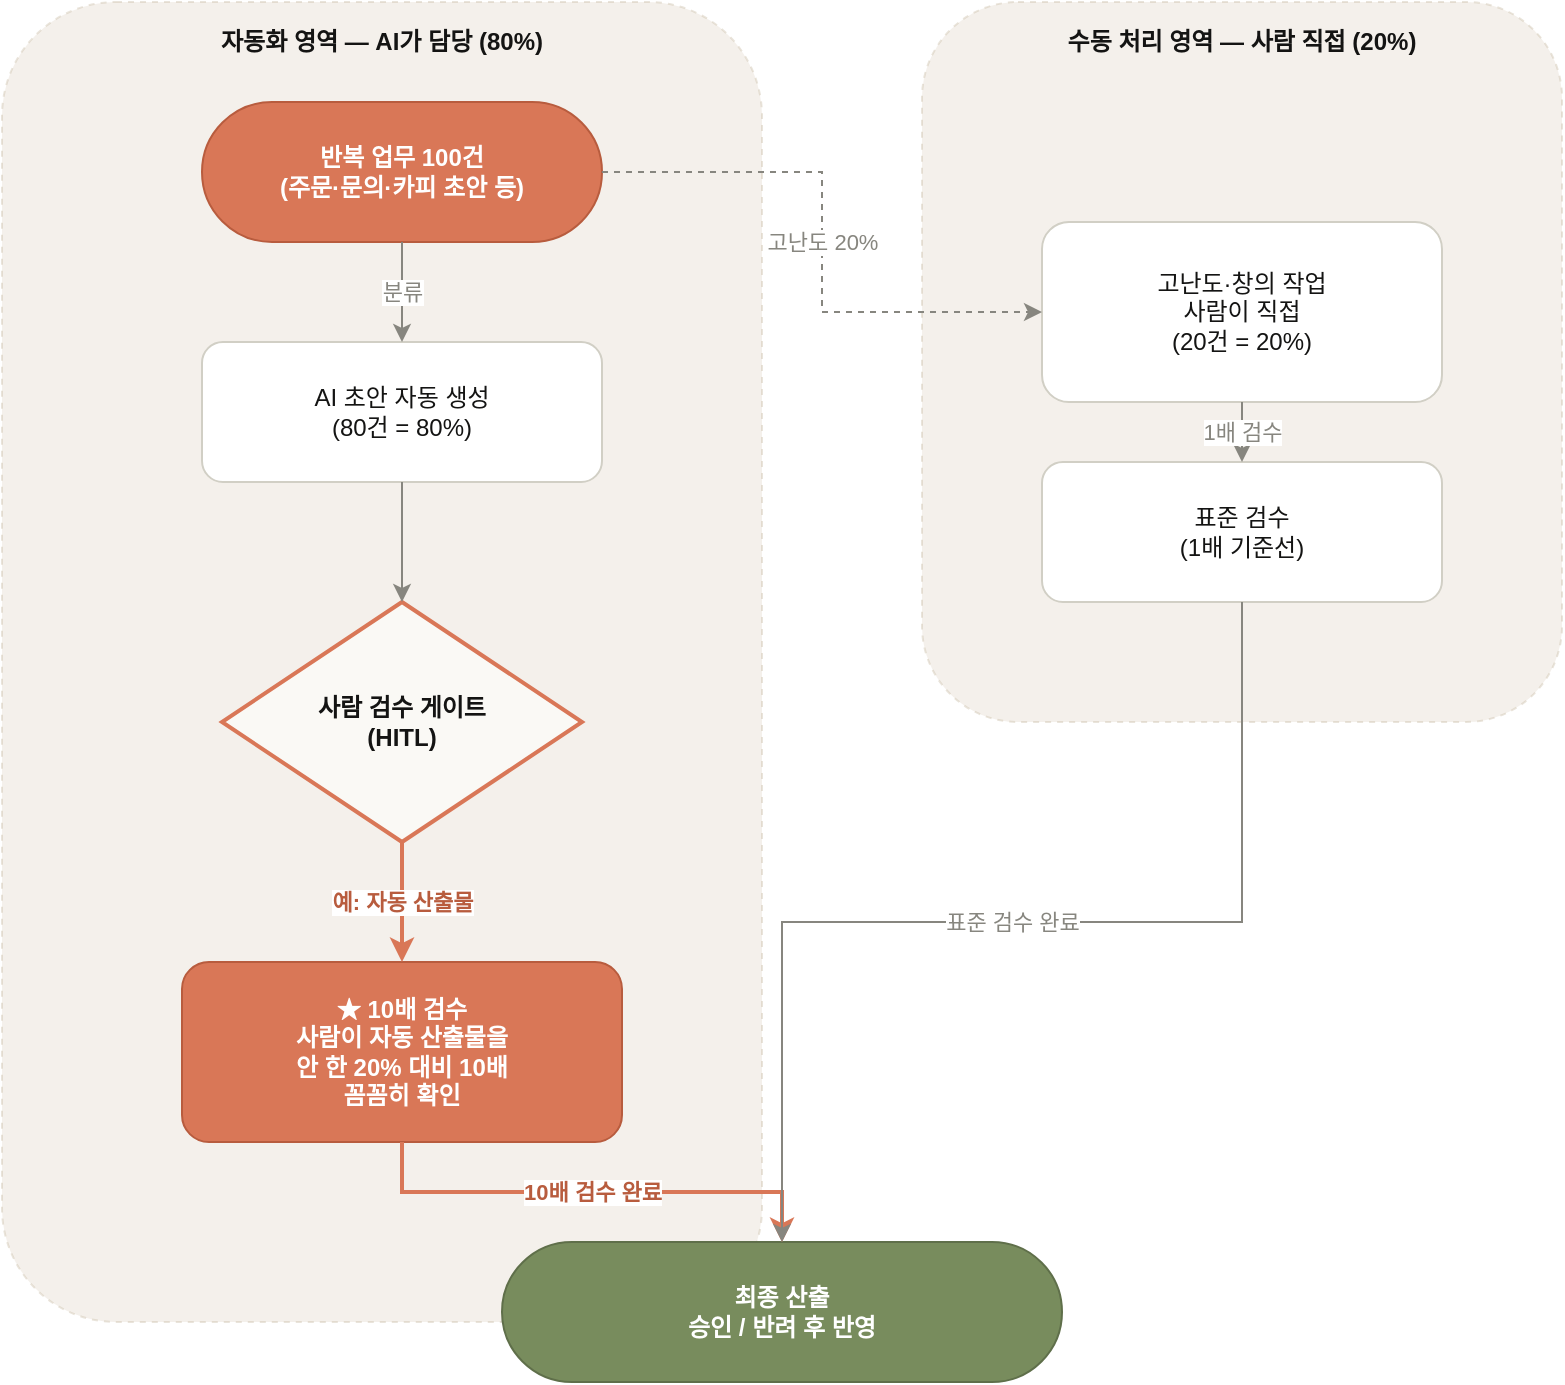
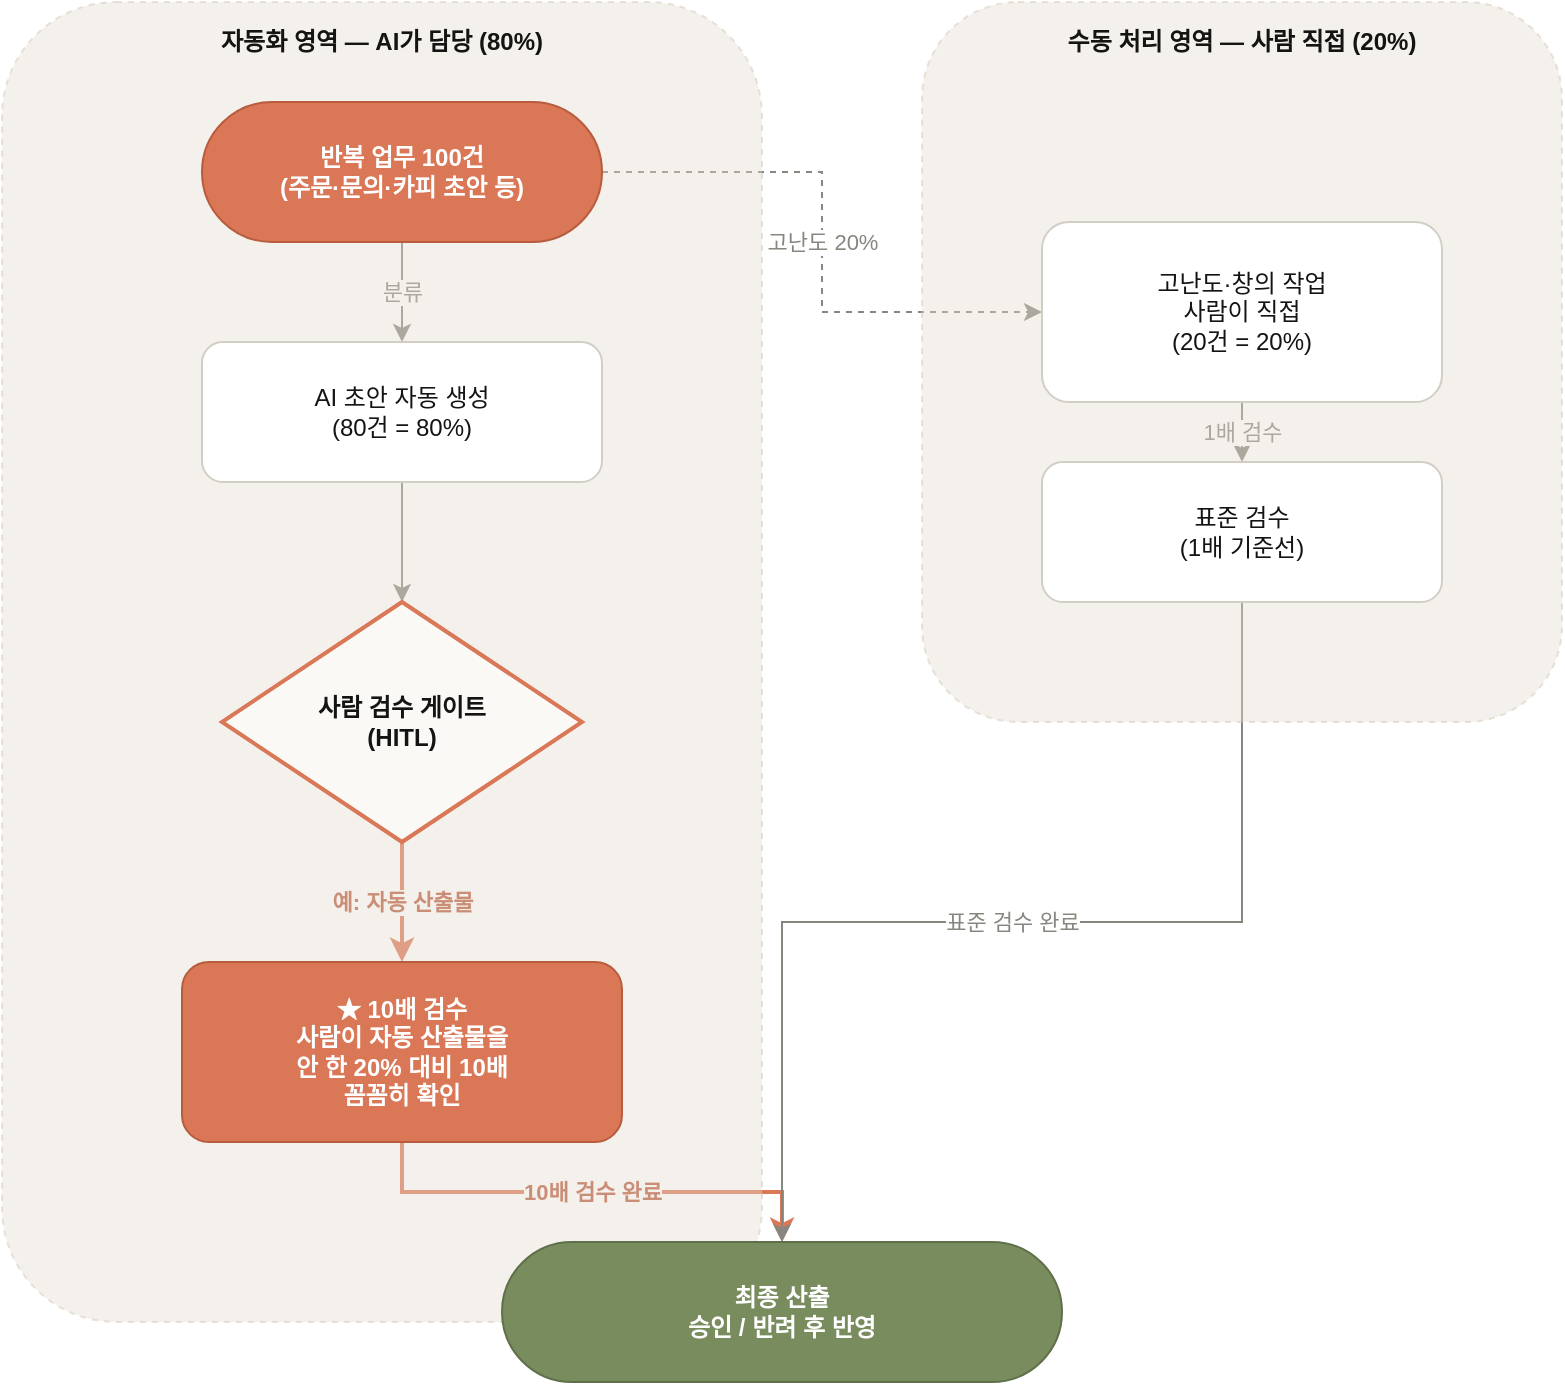
+ <?xml version='1.0' encoding='UTF-8'?>
<mxfile host="app.diagrams.net" type="device">
  <diagram name="HITL Golden Rule" id="hitl-gr-1">
    <mxGraphModel dx="900" dy="640" grid="1" gridSize="10" guides="1" tooltips="1" connect="1" arrows="1" fold="1" page="1" pageScale="1" pageWidth="860" pageHeight="780" math="0" shadow="0">
      <root>
-         <mxCell id="0" />
-         <mxCell id="1" parent="0" />
+         <mxCell id="0"/>
+         <mxCell id="1" parent="0"/>

        <!-- ============ 그룹 A: 자동화 영역 (80%) ============ -->
-         <mxCell id="grp_auto" value="자동화 영역 — AI가 담당 (80%)" vertex="1" parent="1"
-           style="rounded=1;whiteSpace=wrap;html=1;fillColor=#E3DACC;strokeColor=#C9BCA6;verticalAlign=top;fontStyle=1;fontColor=#141413;dashed=1;opacity=40;spacingTop=6;">
-           <mxGeometry x="40" y="40" width="380" height="660" as="geometry" />
+         <!-- 입력: 반복 작업 100건 (스타디움 시작 셰이프) -->
+         <!-- 처리: AI 초안 생성 -->
+         <!-- 판단: HITL 게이트 -->
+         <!-- 처리: 10배 검수 (핵심 강조) -->
+         <!-- ============ 그룹 B: 수동 처리 영역 (20%) ============ -->
+         <!-- 수동 직접 처리 -->
+         <!-- 수동 표준 검수 -->
+         <!-- ============ 최종 산출 ============ -->
+         <!-- ============ 엣지 (흐름) ============ -->
+         <!-- 입력 → AI 초안 -->
+         <!-- AI 초안 → HITL 게이트 -->
+         <!-- 입력 → 수동 직접 (분류: 20%) -->
+         <!-- 수동 직접 → 수동 표준 검수 -->
+         <!-- HITL 게이트 → 10배 검수 (예: 자동 산출물 확인) -->
+         <!-- 10배 검수 → 최종 산출 -->
+         <!-- 수동 표준 검수 → 최종 산출 -->
+         <mxCell id="e1" value="분류" edge="1" parent="1" source="in_work" target="ai_draft" style="edgeStyle=orthogonalEdgeStyle;rounded=0;html=1;strokeColor=#87867F;fontColor=#87867F;">
+           <mxGeometry relative="1" as="geometry"/>
        </mxCell>

-         <!-- 입력: 반복 작업 100건 (스타디움 시작 셰이프) -->
-         <mxCell id="in_work" value="반복 업무 100건&#10;(주문·문의·카피 초안 등)" vertex="1" parent="1"
-           style="rounded=1;arcSize=50;whiteSpace=wrap;html=1;fillColor=#D97757;strokeColor=#B85C3E;fontColor=#FFFFFF;fontStyle=1;fontFamily=Helvetica;">
-           <mxGeometry x="140" y="90" width="200" height="70" as="geometry" />
+         <mxCell id="e2" edge="1" parent="1" source="ai_draft" target="gate_hitl" style="edgeStyle=orthogonalEdgeStyle;rounded=0;html=1;strokeColor=#87867F;">
+           <mxGeometry relative="1" as="geometry"/>
        </mxCell>

-         <!-- 처리: AI 초안 생성 -->
-         <mxCell id="ai_draft" value="AI 초안 자동 생성&#10;(80건 = 80%)" vertex="1" parent="1"
-           style="rounded=1;whiteSpace=wrap;html=1;fillColor=#FFFFFF;strokeColor=#D1CFC5;fontColor=#141413;fontFamily=Helvetica;">
-           <mxGeometry x="140" y="210" width="200" height="70" as="geometry" />
+         <mxCell id="e3" value="고난도 20%" edge="1" parent="1" source="in_work" target="manual_direct" style="edgeStyle=orthogonalEdgeStyle;rounded=0;html=1;strokeColor=#87867F;fontColor=#87867F;dashed=1;exitX=1;exitY=0.5;exitDx=0;exitDy=0;entryX=0;entryY=0.5;entryDx=0;entryDy=0;">
+           <mxGeometry relative="1" as="geometry"/>
        </mxCell>

-         <!-- 판단: HITL 게이트 -->
-         <mxCell id="gate_hitl" value="사람 검수 게이트&#10;(HITL)" vertex="1" parent="1"
-           style="rhombus;whiteSpace=wrap;html=1;fillColor=#FAF9F5;strokeColor=#D97757;strokeWidth=2;fontColor=#141413;fontStyle=1;fontFamily=Helvetica;">
-           <mxGeometry x="150" y="340" width="180" height="120" as="geometry" />
+         <mxCell id="e4" value="1배 검수" edge="1" parent="1" source="manual_direct" target="manual_review" style="edgeStyle=orthogonalEdgeStyle;rounded=0;html=1;strokeColor=#87867F;fontColor=#87867F;">
+           <mxGeometry relative="1" as="geometry"/>
        </mxCell>

-         <!-- 처리: 10배 검수 (핵심 강조) -->
-         <mxCell id="deep_review" value="★ 10배 검수&#10;사람이 자동 산출물을&#10;안 한 20% 대비 10배&#10;꼼꼼히 확인" vertex="1" parent="1"
-           style="rounded=1;whiteSpace=wrap;html=1;fillColor=#D97757;strokeColor=#B85C3E;fontColor=#FFFFFF;fontStyle=1;fontFamily=Helvetica;">
-           <mxGeometry x="130" y="520" width="220" height="90" as="geometry" />
+         <mxCell id="e5" value="예: 자동 산출물" edge="1" parent="1" source="gate_hitl" target="deep_review" style="edgeStyle=orthogonalEdgeStyle;rounded=0;html=1;strokeColor=#D97757;strokeWidth=2;fontColor=#B85C3E;fontStyle=1;">
+           <mxGeometry relative="1" as="geometry"/>
        </mxCell>

-         <!-- ============ 그룹 B: 수동 처리 영역 (20%) ============ -->
-         <mxCell id="grp_manual" value="수동 처리 영역 — 사람 직접 (20%)" vertex="1" parent="1"
-           style="rounded=1;whiteSpace=wrap;html=1;fillColor=#E3DACC;strokeColor=#C9BCA6;verticalAlign=top;fontStyle=1;fontColor=#141413;dashed=1;opacity=40;spacingTop=6;">
-           <mxGeometry x="500" y="40" width="320" height="360" as="geometry" />
+         <mxCell id="e6" value="10배 검수 완료" edge="1" parent="1" source="deep_review" target="out_done" style="edgeStyle=orthogonalEdgeStyle;rounded=0;html=1;strokeColor=#D97757;strokeWidth=2;fontColor=#B85C3E;fontStyle=1;">
+           <mxGeometry relative="1" as="geometry"/>
        </mxCell>

-         <!-- 수동 직접 처리 -->
-         <mxCell id="manual_direct" value="고난도·창의 작업&#10;사람이 직접&#10;(20건 = 20%)" vertex="1" parent="1"
-           style="rounded=1;whiteSpace=wrap;html=1;fillColor=#FFFFFF;strokeColor=#D1CFC5;fontColor=#141413;fontFamily=Helvetica;">
-           <mxGeometry x="560" y="150" width="200" height="90" as="geometry" />
+         <mxCell id="e7" value="표준 검수 완료" edge="1" parent="1" source="manual_review" target="out_done" style="edgeStyle=orthogonalEdgeStyle;rounded=0;html=1;strokeColor=#87867F;fontColor=#87867F;">
+           <mxGeometry relative="1" as="geometry"/>
        </mxCell>

-         <!-- 수동 표준 검수 -->
-         <mxCell id="manual_review" value="표준 검수&#10;(1배 기준선)" vertex="1" parent="1"
-           style="rounded=1;whiteSpace=wrap;html=1;fillColor=#FFFFFF;strokeColor=#D1CFC5;fontColor=#141413;fontFamily=Helvetica;">
-           <mxGeometry x="560" y="270" width="200" height="70" as="geometry" />
+       <mxCell id="grp_auto" value="자동화 영역 — AI가 담당 (80%)" vertex="1" parent="1" style="rounded=1;whiteSpace=wrap;html=1;fillColor=#E3DACC;strokeColor=#C9BCA6;verticalAlign=top;fontStyle=1;fontColor=#141413;dashed=1;opacity=40;spacingTop=6;">
+           <mxGeometry x="40" y="40" width="380" height="660" as="geometry"/>
        </mxCell>

-         <!-- ============ 최종 산출 ============ -->
-         <mxCell id="out_done" value="최종 산출&#10;승인 / 반려 후 반영" vertex="1" parent="1"
-           style="rounded=1;arcSize=50;whiteSpace=wrap;html=1;fillColor=#788C5D;strokeColor=#5F6F4A;fontColor=#FFFFFF;fontStyle=1;fontFamily=Helvetica;">
-           <mxGeometry x="290" y="660" width="280" height="70" as="geometry" />
+         <mxCell id="in_work" value="반복 업무 100건&#10;(주문·문의·카피 초안 등)" vertex="1" parent="1" style="rounded=1;arcSize=50;whiteSpace=wrap;html=1;fillColor=#D97757;strokeColor=#B85C3E;fontColor=#FFFFFF;fontStyle=1;fontFamily=Helvetica;">
+           <mxGeometry x="140" y="90" width="200" height="70" as="geometry"/>
        </mxCell>

-         <!-- ============ 엣지 (흐름) ============ -->
-         <!-- 입력 → AI 초안 -->
-         <mxCell id="e1" value="분류" edge="1" parent="1" source="in_work" target="ai_draft"
-           style="edgeStyle=orthogonalEdgeStyle;rounded=0;html=1;strokeColor=#87867F;fontColor=#87867F;">
-           <mxGeometry relative="1" as="geometry" />
+         <mxCell id="ai_draft" value="AI 초안 자동 생성&#10;(80건 = 80%)" vertex="1" parent="1" style="rounded=1;whiteSpace=wrap;html=1;fillColor=#FFFFFF;strokeColor=#D1CFC5;fontColor=#141413;fontFamily=Helvetica;">
+           <mxGeometry x="140" y="210" width="200" height="70" as="geometry"/>
        </mxCell>

-         <!-- AI 초안 → HITL 게이트 -->
-         <mxCell id="e2" edge="1" parent="1" source="ai_draft" target="gate_hitl"
-           style="edgeStyle=orthogonalEdgeStyle;rounded=0;html=1;strokeColor=#87867F;">
-           <mxGeometry relative="1" as="geometry" />
+         <mxCell id="gate_hitl" value="사람 검수 게이트&#10;(HITL)" vertex="1" parent="1" style="rhombus;whiteSpace=wrap;html=1;fillColor=#FAF9F5;strokeColor=#D97757;strokeWidth=2;fontColor=#141413;fontStyle=1;fontFamily=Helvetica;">
+           <mxGeometry x="150" y="340" width="180" height="120" as="geometry"/>
        </mxCell>

-         <!-- 입력 → 수동 직접 (분류: 20%) -->
-         <mxCell id="e3" value="고난도 20%" edge="1" parent="1" source="in_work" target="manual_direct"
-           style="edgeStyle=orthogonalEdgeStyle;rounded=0;html=1;strokeColor=#87867F;fontColor=#87867F;dashed=1;exitX=1;exitY=0.5;exitDx=0;exitDy=0;entryX=0;entryY=0.5;entryDx=0;entryDy=0;">
-           <mxGeometry relative="1" as="geometry" />
+         <mxCell id="deep_review" value="★ 10배 검수&#10;사람이 자동 산출물을&#10;안 한 20% 대비 10배&#10;꼼꼼히 확인" vertex="1" parent="1" style="rounded=1;whiteSpace=wrap;html=1;fillColor=#D97757;strokeColor=#B85C3E;fontColor=#FFFFFF;fontStyle=1;fontFamily=Helvetica;">
+           <mxGeometry x="130" y="520" width="220" height="90" as="geometry"/>
        </mxCell>

-         <!-- 수동 직접 → 수동 표준 검수 -->
-         <mxCell id="e4" value="1배 검수" edge="1" parent="1" source="manual_direct" target="manual_review"
-           style="edgeStyle=orthogonalEdgeStyle;rounded=0;html=1;strokeColor=#87867F;fontColor=#87867F;">
-           <mxGeometry relative="1" as="geometry" />
+         <mxCell id="grp_manual" value="수동 처리 영역 — 사람 직접 (20%)" vertex="1" parent="1" style="rounded=1;whiteSpace=wrap;html=1;fillColor=#E3DACC;strokeColor=#C9BCA6;verticalAlign=top;fontStyle=1;fontColor=#141413;dashed=1;opacity=40;spacingTop=6;">
+           <mxGeometry x="500" y="40" width="320" height="360" as="geometry"/>
        </mxCell>

-         <!-- HITL 게이트 → 10배 검수 (예: 자동 산출물 확인) -->
-         <mxCell id="e5" value="예: 자동 산출물" edge="1" parent="1" source="gate_hitl" target="deep_review"
-           style="edgeStyle=orthogonalEdgeStyle;rounded=0;html=1;strokeColor=#D97757;strokeWidth=2;fontColor=#B85C3E;fontStyle=1;">
-           <mxGeometry relative="1" as="geometry" />
+         <mxCell id="manual_direct" value="고난도·창의 작업&#10;사람이 직접&#10;(20건 = 20%)" vertex="1" parent="1" style="rounded=1;whiteSpace=wrap;html=1;fillColor=#FFFFFF;strokeColor=#D1CFC5;fontColor=#141413;fontFamily=Helvetica;">
+           <mxGeometry x="560" y="150" width="200" height="90" as="geometry"/>
        </mxCell>

-         <!-- 10배 검수 → 최종 산출 -->
-         <mxCell id="e6" value="10배 검수 완료" edge="1" parent="1" source="deep_review" target="out_done"
-           style="edgeStyle=orthogonalEdgeStyle;rounded=0;html=1;strokeColor=#D97757;strokeWidth=2;fontColor=#B85C3E;fontStyle=1;">
-           <mxGeometry relative="1" as="geometry" />
+         <mxCell id="manual_review" value="표준 검수&#10;(1배 기준선)" vertex="1" parent="1" style="rounded=1;whiteSpace=wrap;html=1;fillColor=#FFFFFF;strokeColor=#D1CFC5;fontColor=#141413;fontFamily=Helvetica;">
+           <mxGeometry x="560" y="270" width="200" height="70" as="geometry"/>
        </mxCell>

-         <!-- 수동 표준 검수 → 최종 산출 -->
-         <mxCell id="e7" value="표준 검수 완료" edge="1" parent="1" source="manual_review" target="out_done"
-           style="edgeStyle=orthogonalEdgeStyle;rounded=0;html=1;strokeColor=#87867F;fontColor=#87867F;">
-           <mxGeometry relative="1" as="geometry" />
+         <mxCell id="out_done" value="최종 산출&#10;승인 / 반려 후 반영" vertex="1" parent="1" style="rounded=1;arcSize=50;whiteSpace=wrap;html=1;fillColor=#788C5D;strokeColor=#5F6F4A;fontColor=#FFFFFF;fontStyle=1;fontFamily=Helvetica;">
+           <mxGeometry x="290" y="660" width="280" height="70" as="geometry"/>
        </mxCell>

-       </root>
+         </root>
    </mxGraphModel>
  </diagram>
- </mxfile>
+ </mxfile>